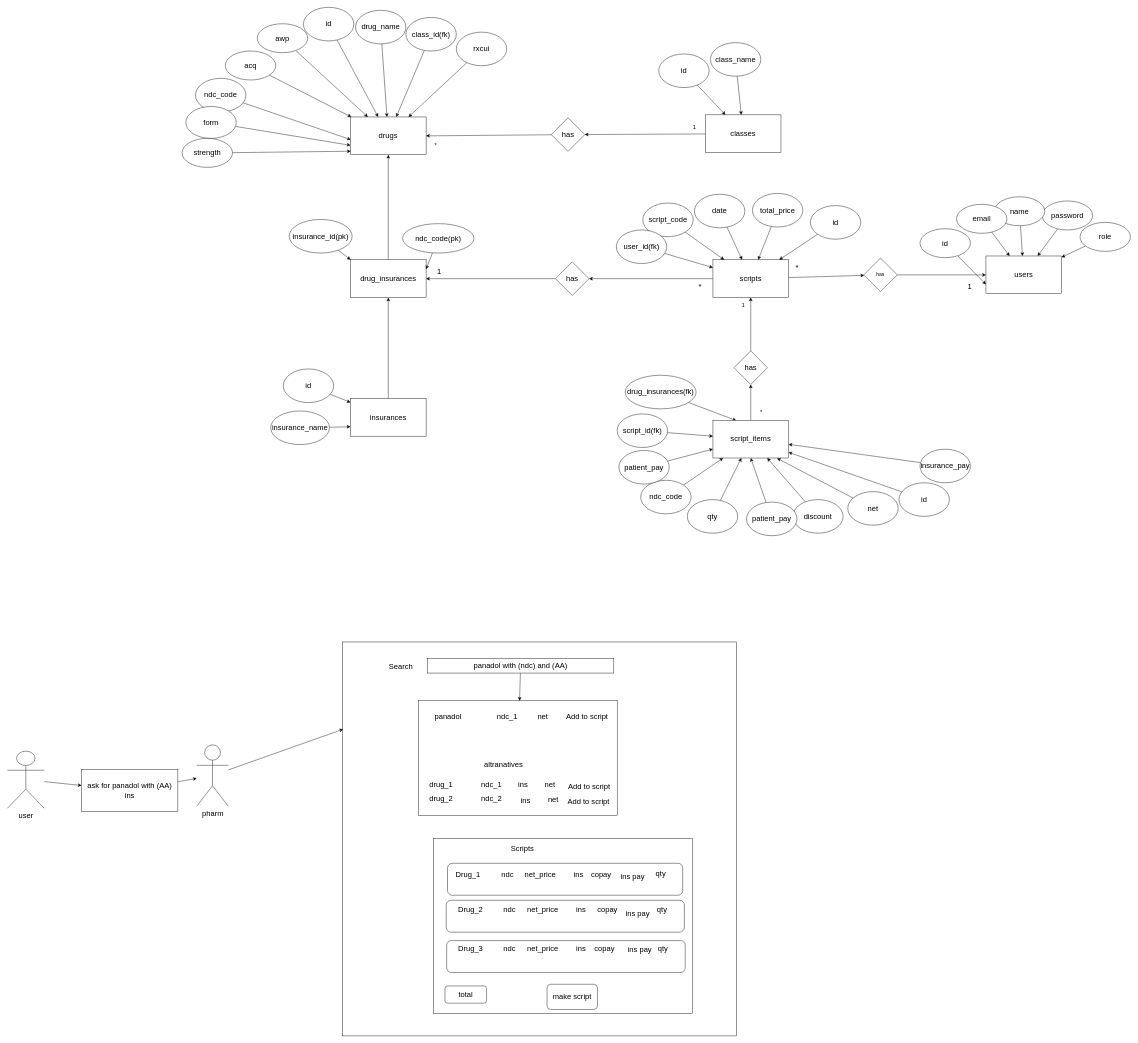
The draw.io diagram Erd.drawio in Mohamed2670/SearchTool, before the edit. Source tidied: cells renumbered, new cells numbered last; positions are measured from the earlier drawing's top-left corner, leaving out a move shared by most shapes. Both pictures are drawn from the tidied source at 42%, with x=0, y=0 at pixel (7, 7).
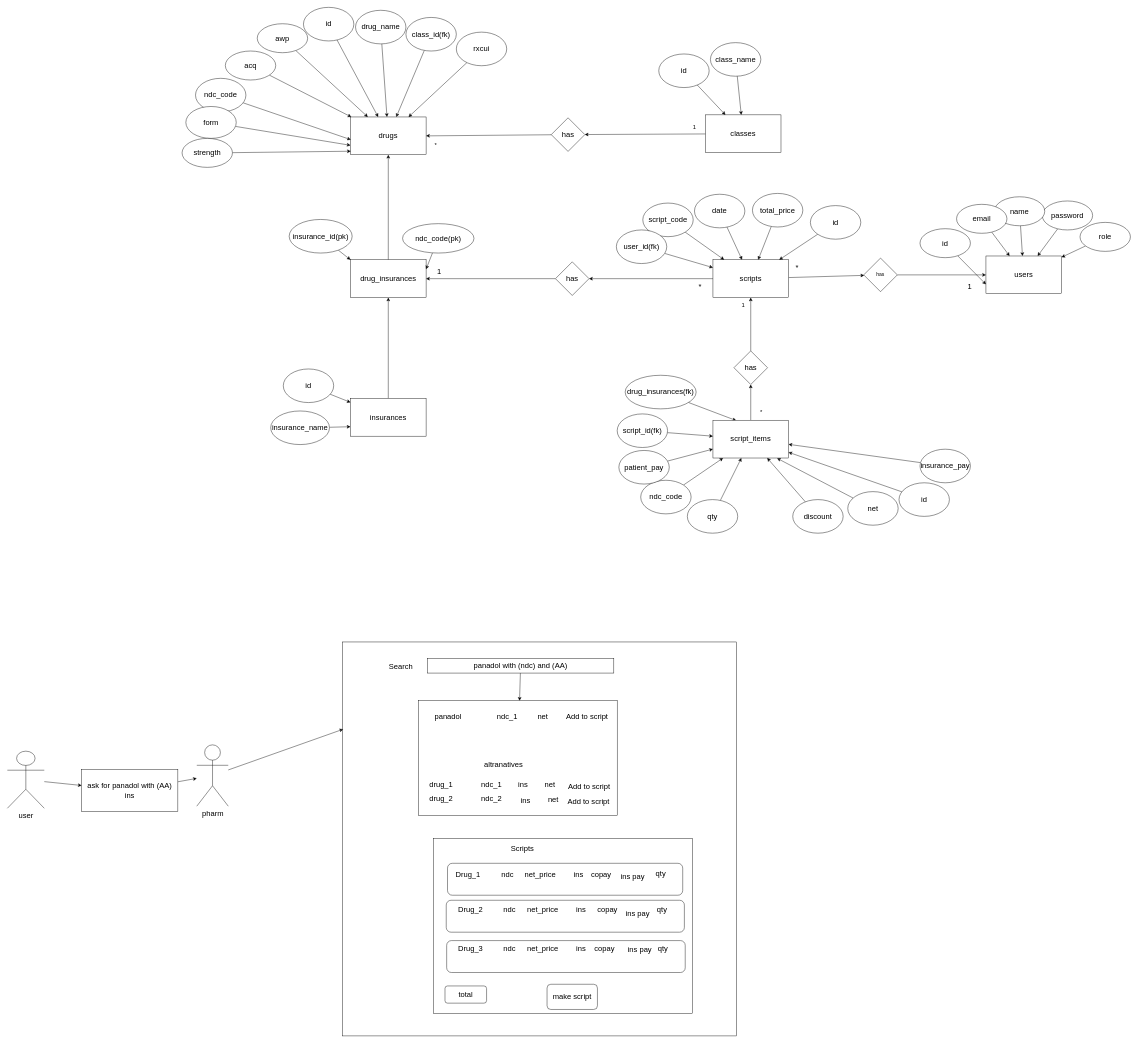
Above is the later version.

Unchanged cells that the change refers to:
```xml
<mxCell id="61" value="&lt;font style=&quot;font-size: 18px;&quot;&gt;script_items&lt;/font&gt;" style="rounded=0;whiteSpace=wrap;html=1;" parent="1" vertex="1">
  <mxGeometry x="1680" y="983" width="180" height="90" as="geometry" />
</mxCell>
```

Diff of the diagram source:
```diff
@@
-    <mxCell id="70" style="edgeStyle=none;html=1;entryX=0.5;entryY=1;entryDx=0;entryDy=0;fontSize=14;" parent="1" edge="1" source="71" target="61">
-      <mxGeometry relative="1" as="geometry" />
-    </mxCell>
-    <mxCell id="71" value="patient_pay" style="ellipse;whiteSpace=wrap;html=1;fontSize=18;" parent="1" vertex="1">
-      <mxGeometry x="1760" y="1178" width="120" height="80" as="geometry" />
-    </mxCell>
```
